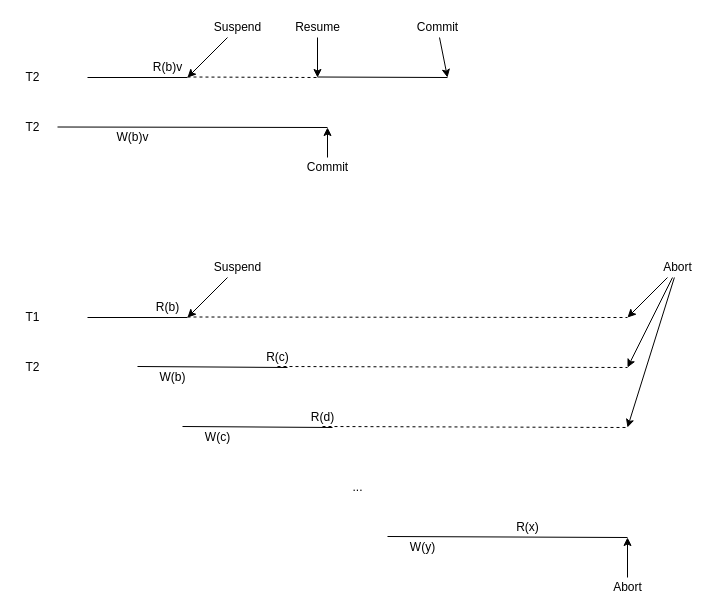
Above: page "cascata" (4 of 9) of docs/drawings/transactions.drawio in lasarojc/ds_notes (draw.io), before the change. Source tidied: cells renumbered, new cells numbered last; positions are measured from the earlier drawing's top-left corner, leaving out a move shared by most shapes. Both pictures are drawn from the tidied source at 100%, with x=0, y=0 at pixel (17, 17).
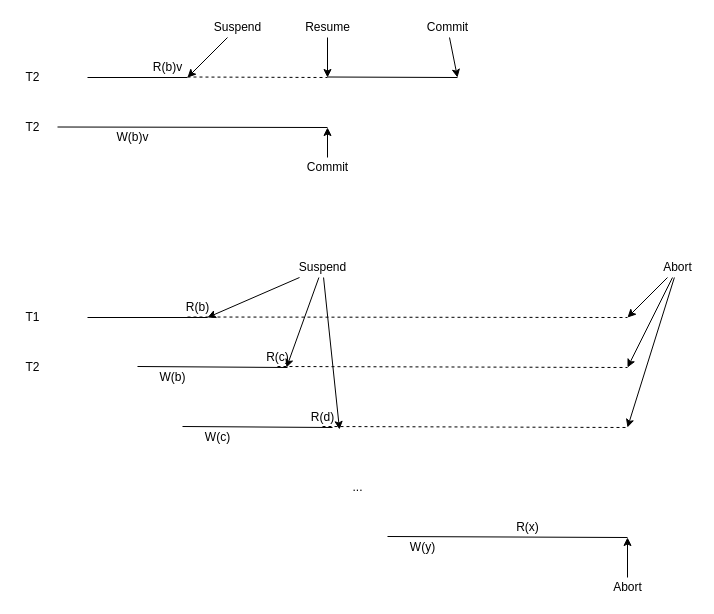
Above is the later version.

The change refers to these unchanged cells:
```xml
<mxCell id="32" value="R(c)" style="text;html=1;align=center;verticalAlign=middle;points=[];strokeColor=none;" parent="1" vertex="1">
  <mxGeometry x="240" y="330" width="40" height="20" as="geometry" />
</mxCell>
<mxCell id="36" value="R(d)" style="text;html=1;align=center;verticalAlign=middle;points=[];strokeColor=none;" parent="1" vertex="1">
  <mxGeometry x="285" y="390" width="40" height="20" as="geometry" />
</mxCell>
```

Diff of the diagram source:
```diff
@@
     <mxCell id="8" style="endArrow=none;html=1;dashed=1;" parent="1" edge="1">
       <mxGeometry relative="1" as="geometry">
         <mxPoint x="170" y="59.5" as="sourcePoint" />
-        <mxPoint x="300" y="60" as="targetPoint" />
+        <mxPoint x="310" y="60" as="targetPoint" />
       </mxGeometry>
     </mxCell>
     <mxCell id="9" style="endArrow=none;html=1;" parent="1" edge="1">
       <mxGeometry relative="1" as="geometry">
-        <mxPoint x="300" y="59.5" as="sourcePoint" />
-        <mxPoint x="430" y="60" as="targetPoint" />
+        <mxPoint x="310" y="59.5" as="sourcePoint" />
+        <mxPoint x="440" y="60" as="targetPoint" />
       </mxGeometry>
     </mxCell>
@@
     <mxCell id="14" style="edgeStyle=none;rounded=0;jettySize=auto;html=1;" parent="1" edge="1" source="15">
       <mxGeometry relative="1" as="geometry">
-        <mxPoint x="300" y="60" as="targetPoint" />
+        <mxPoint x="310" y="60" as="targetPoint" />
       </mxGeometry>
     </mxCell>
     <mxCell id="15" value="Resume" style="text;html=1;align=center;verticalAlign=middle;points=[];strokeColor=none;" parent="1" vertex="1">
-      <mxGeometry x="270" width="60" height="20" as="geometry" />
+      <mxGeometry x="280" width="60" height="20" as="geometry" />
     </mxCell>
     <mxCell id="16" style="edgeStyle=none;rounded=0;jettySize=auto;html=1;" parent="1" edge="1" source="17">
       <mxGeometry relative="1" as="geometry">
-        <mxPoint x="430" y="60" as="targetPoint" />
+        <mxPoint x="440" y="60" as="targetPoint" />
       </mxGeometry>
     </mxCell>
     <mxCell id="17" value="Commit" style="text;html=1;align=center;verticalAlign=middle;points=[];strokeColor=none;" parent="1" vertex="1">
-      <mxGeometry x="390" width="60" height="20" as="geometry" />
+      <mxGeometry x="400" width="60" height="20" as="geometry" />
     </mxCell>
@@
     <mxCell id="21" style="endArrow=none;html=1;" parent="1" edge="1">
       <mxGeometry relative="1" as="geometry">
         <mxPoint x="70" y="300" as="sourcePoint" />
-        <mxPoint x="170" y="300" as="targetPoint" />
+        <mxPoint x="190" y="300" as="targetPoint" />
       </mxGeometry>
     </mxCell>
@@
     <mxCell id="23" value="R(b)" style="text;html=1;align=center;verticalAlign=middle;strokeColor=none;" parent="1" vertex="1">
-      <mxGeometry x="130" y="280" width="40" height="20" as="geometry" />
+      <mxGeometry x="160" y="280" width="40" height="20" as="geometry" />
     </mxCell>
@@
     <mxCell id="25" style="rounded=0;jettySize=auto;html=1;" parent="1" edge="1" source="26">
       <mxGeometry relative="1" as="geometry">
-        <mxPoint x="170" y="300" as="targetPoint" />
+        <mxPoint x="190" y="300" as="targetPoint" />
       </mxGeometry>
     </mxCell>
+    <mxCell id="43" style="rounded=0;jettySize=auto;html=1;entryX=0.725;entryY=1;entryDx=0;entryDy=0;entryPerimeter=0;" parent="1" edge="1" source="26" target="32">
+      <mxGeometry relative="1" as="geometry" />
+    </mxCell>
+    <mxCell id="44" style="edgeStyle=none;rounded=0;jettySize=auto;html=1;entryX=0.925;entryY=1.1;entryDx=0;entryDy=0;entryPerimeter=0;" parent="1" edge="1" source="26" target="36">
+      <mxGeometry relative="1" as="geometry" />
+    </mxCell>
     <mxCell id="26" value="Suspend" style="text;html=1;align=center;verticalAlign=middle;points=[];strokeColor=none;" parent="1" vertex="1">
-      <mxGeometry x="190" y="240" width="60" height="20" as="geometry" />
+      <mxGeometry x="275" y="240" width="60" height="20" as="geometry" />
     </mxCell>
```
